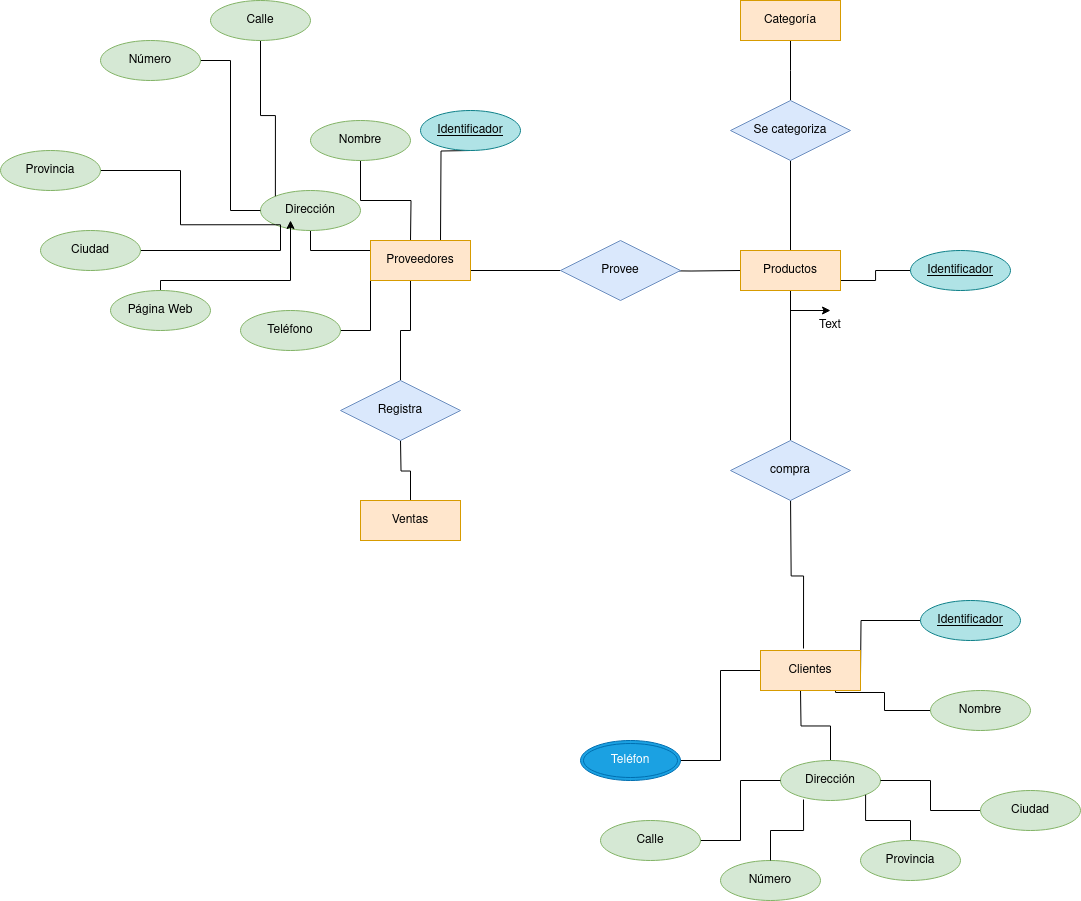
This is DiagramaTarea2_BAE.drawio.png from GRMiguelAngel/Base-Datos, a draw.io export, as it was before one commit. Source tidied: cells renumbered, new cells last; positions are measured from the earlier drawing's top-left corner, leaving out a move shared by most shapes.
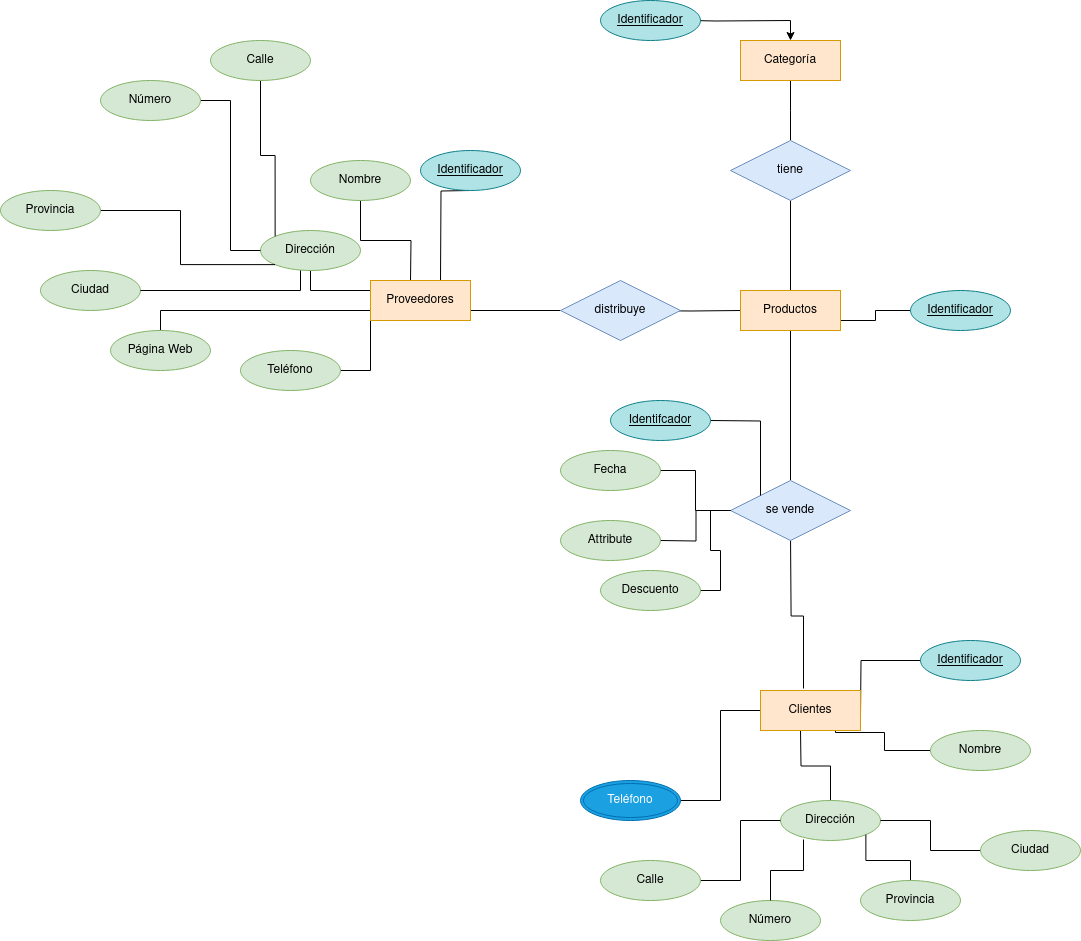
The same file after the commit.

What changed in the source:
```diff
@@ -27,9 +27,6 @@
         <mxPoint x="440" y="240" as="targetPoint" />
       </mxGeometry>
     </mxCell>
-    <mxCell id="7" value="Text" style="text;html=1;strokeColor=none;fillColor=none;align=center;verticalAlign=middle;whiteSpace=wrap;rounded=0;" parent="1" vertex="1">
-      <mxGeometry x="800" y="310" width="60" height="30" as="geometry" />
-    </mxCell>
     <mxCell id="8" value="Identificador" style="ellipse;whiteSpace=wrap;html=1;align=center;fontStyle=4;fillColor=#b0e3e6;strokeColor=#0e8088;" parent="1" vertex="1">
       <mxGeometry x="420" y="110" width="100" height="40" as="geometry" />
     </mxCell>
@@ -59,14 +56,6 @@
     <mxCell id="14" value="Nombre" style="ellipse;whiteSpace=wrap;html=1;align=center;fillColor=#d5e8d4;strokeColor=#82b366;" parent="1" vertex="1">
       <mxGeometry x="930" y="690" width="100" height="40" as="geometry" />
     </mxCell>
-    <mxCell id="15" style="edgeStyle=orthogonalEdgeStyle;rounded=0;jettySize=auto;html=1;entryX=0.4;entryY=1;entryDx=0;entryDy=0;endArrow=none;endFill=0;exitX=0.5;exitY=0;exitDx=0;exitDy=0;entryPerimeter=0;" parent="1" edge="1" source="31" target="54">
-      <mxGeometry relative="1" as="geometry" />
-    </mxCell>
-    <mxCell id="16" style="edgeStyle=orthogonalEdgeStyle;rounded=0;jettySize=auto;html=1;entryX=0.5;entryY=1;entryDx=0;entryDy=0;endArrow=none;endFill=0;" parent="1" edge="1" source="55">
-      <mxGeometry relative="1" as="geometry">
-        <mxPoint x="400" y="440" as="targetPoint" />
-      </mxGeometry>
-    </mxCell>
     <mxCell id="17" style="edgeStyle=orthogonalEdgeStyle;rounded=0;jettySize=auto;html=1;entryX=0.5;entryY=1;entryDx=0;entryDy=0;endArrow=none;endFill=0;" parent="1" edge="1" source="18">
       <mxGeometry relative="1" as="geometry">
         <mxPoint x="800" y="690" as="targetPoint" />
@@ -117,13 +106,10 @@
     <mxCell id="30" value="Dirección" style="ellipse;whiteSpace=wrap;html=1;align=center;fillColor=#d5e8d4;strokeColor=#82b366;" parent="1" vertex="1">
       <mxGeometry x="260" y="190" width="100" height="40" as="geometry" />
     </mxCell>
-    <mxCell id="31" value="Registra" style="shape=rhombus;perimeter=rhombusPerimeter;whiteSpace=wrap;html=1;align=center;fillColor=#dae8fc;strokeColor=#6c8ebf;" parent="1" vertex="1">
-      <mxGeometry x="340" y="380" width="120" height="60" as="geometry" />
-    </mxCell>
-    <mxCell id="32" value="Provee" style="shape=rhombus;perimeter=rhombusPerimeter;whiteSpace=wrap;html=1;align=center;fillColor=#dae8fc;strokeColor=#6c8ebf;" parent="1" vertex="1">
+    <mxCell id="32" value="distribuye" style="shape=rhombus;perimeter=rhombusPerimeter;whiteSpace=wrap;html=1;align=center;fillColor=#dae8fc;strokeColor=#6c8ebf;" parent="1" vertex="1">
       <mxGeometry x="560" y="240" width="120" height="60" as="geometry" />
     </mxCell>
-    <mxCell id="33" value="compra" style="shape=rhombus;perimeter=rhombusPerimeter;whiteSpace=wrap;html=1;align=center;fillColor=#dae8fc;strokeColor=#6c8ebf;" parent="1" vertex="1">
+    <mxCell id="33" value="se vende" style="shape=rhombus;perimeter=rhombusPerimeter;whiteSpace=wrap;html=1;align=center;fillColor=#dae8fc;strokeColor=#6c8ebf;" parent="1" vertex="1">
       <mxGeometry x="730" y="440" width="120" height="60" as="geometry" />
     </mxCell>
     <mxCell id="34" style="edgeStyle=orthogonalEdgeStyle;rounded=0;jettySize=auto;html=1;endArrow=none;endFill=0;entryX=0;entryY=1;entryDx=0;entryDy=0;" parent="1" edge="1" source="35" target="54">
@@ -135,7 +121,7 @@
     <mxCell id="36" style="edgeStyle=orthogonalEdgeStyle;rounded=0;jettySize=auto;html=1;entryX=0;entryY=0.5;entryDx=0;entryDy=0;endArrow=none;endFill=0;" parent="1" edge="1" source="37" target="56">
       <mxGeometry relative="1" as="geometry" />
     </mxCell>
-    <mxCell id="37" value="Teléfon" style="ellipse;shape=doubleEllipse;margin=3;whiteSpace=wrap;html=1;align=center;fillColor=#1ba1e2;fontColor=#ffffff;strokeColor=#006EAF;" parent="1" vertex="1">
+    <mxCell id="37" value="Teléfono" style="ellipse;shape=doubleEllipse;margin=3;whiteSpace=wrap;html=1;align=center;fillColor=#1ba1e2;fontColor=#ffffff;strokeColor=#006EAF;" parent="1" vertex="1">
       <mxGeometry x="580" y="740" width="100" height="40" as="geometry" />
     </mxCell>
     <mxCell id="38" style="edgeStyle=orthogonalEdgeStyle;rounded=0;jettySize=auto;html=1;entryX=0;entryY=0;entryDx=0;entryDy=0;endArrow=none;endFill=0;" parent="1" edge="1" source="39" target="30">
@@ -156,26 +142,16 @@
     <mxCell id="43" value="Provincia" style="ellipse;whiteSpace=wrap;html=1;align=center;fillColor=#d5e8d4;strokeColor=#82b366;" parent="1" vertex="1">
       <mxGeometry y="150" width="100" height="40" as="geometry" />
     </mxCell>
-    <mxCell id="44" style="edgeStyle=orthogonalEdgeStyle;rounded=0;jettySize=auto;html=1;entryX=0;entryY=1;entryDx=0;entryDy=0;endArrow=none;endFill=0;" parent="1" edge="1" source="45" target="30">
-      <mxGeometry relative="1" as="geometry">
-        <Array as="points">
-          <mxPoint x="280" y="250" />
-          <mxPoint x="280" y="224" />
-        </Array>
-      </mxGeometry>
-    </mxCell>
     <mxCell id="45" value="Ciudad" style="ellipse;whiteSpace=wrap;html=1;align=center;fillColor=#d5e8d4;strokeColor=#82b366;" parent="1" vertex="1">
       <mxGeometry x="40" y="230" width="100" height="40" as="geometry" />
     </mxCell>
-    <mxCell id="46" style="edgeStyle=orthogonalEdgeStyle;rounded=0;jettySize=auto;html=1;" parent="1" edge="1" source="47">
-      <mxGeometry relative="1" as="geometry">
-        <mxPoint x="290" y="220" as="targetPoint" />
-        <Array as="points">
-          <mxPoint x="160" y="280" />
-          <mxPoint x="290" y="280" />
-        </Array>
-      </mxGeometry>
-    </mxCell>
+    <mxCell id="57" style="edgeStyle=orthogonalEdgeStyle;rounded=0;jettySize=auto;html=1;entryX=0;entryY=0.75;entryDx=0;entryDy=0;endArrow=none;endFill=0;" parent="1" edge="1" source="47" target="54">
+      <mxGeometry relative="1" as="geometry">
+        <Array as="points">
+          <mxPoint x="160" y="270" />
+        </Array>
+      </mxGeometry>
+    </mxCell>
     <mxCell id="47" value="Página Web" style="ellipse;whiteSpace=wrap;html=1;align=center;fillColor=#d5e8d4;strokeColor=#82b366;" parent="1" vertex="1">
       <mxGeometry x="110" y="290" width="100" height="40" as="geometry" />
     </mxCell>
@@ -190,23 +166,56 @@
     <mxCell id="50" style="edgeStyle=orthogonalEdgeStyle;rounded=0;jettySize=auto;html=1;endArrow=none;endFill=0;" parent="1" edge="1" source="51" target="53">
       <mxGeometry relative="1" as="geometry" />
     </mxCell>
-    <mxCell id="51" value="Se categoriza" style="shape=rhombus;perimeter=rhombusPerimeter;whiteSpace=wrap;html=1;align=center;fillColor=#dae8fc;strokeColor=#6c8ebf;" parent="1" vertex="1">
+    <mxCell id="51" value="tiene" style="shape=rhombus;perimeter=rhombusPerimeter;whiteSpace=wrap;html=1;align=center;fillColor=#dae8fc;strokeColor=#6c8ebf;" parent="1" vertex="1">
       <mxGeometry x="730" y="100" width="120" height="60" as="geometry" />
     </mxCell>
-    <mxCell id="52" style="edgeStyle=orthogonalEdgeStyle;rounded=0;jettySize=auto;html=1;" parent="1" edge="1" source="53" target="7">
-      <mxGeometry relative="1" as="geometry" />
-    </mxCell>
     <mxCell id="53" value="Productos" style="whiteSpace=wrap;html=1;align=center;fillColor=#ffe6cc;strokeColor=#d79b00;" parent="1" vertex="1">
       <mxGeometry x="740" y="250" width="100" height="40" as="geometry" />
     </mxCell>
     <mxCell id="54" value="Proveedores" style="whiteSpace=wrap;html=1;align=center;fillColor=#ffe6cc;strokeColor=#d79b00;" parent="1" vertex="1">
       <mxGeometry x="370" y="240" width="100" height="40" as="geometry" />
     </mxCell>
-    <mxCell id="55" value="Ventas" style="whiteSpace=wrap;html=1;align=center;fillColor=#ffe6cc;strokeColor=#d79b00;" parent="1" vertex="1">
-      <mxGeometry x="360" y="500" width="100" height="40" as="geometry" />
-    </mxCell>
     <mxCell id="56" value="Clientes" style="whiteSpace=wrap;html=1;align=center;fillColor=#ffe6cc;strokeColor=#d79b00;" parent="1" vertex="1">
       <mxGeometry x="760" y="650" width="100" height="40" as="geometry" />
     </mxCell>
+    <mxCell id="44" style="edgeStyle=orthogonalEdgeStyle;rounded=0;jettySize=auto;html=1;entryX=0.4;entryY=1;entryDx=0;entryDy=0;entryPerimeter=0;endArrow=none;endFill=0;" parent="1" edge="1" source="45" target="30">
+      <mxGeometry relative="1" as="geometry" />
+    </mxCell>
+    <mxCell id="58" style="edgeStyle=orthogonalEdgeStyle;rounded=0;jettySize=auto;html=1;entryX=0;entryY=0;entryDx=0;entryDy=0;endArrow=none;endFill=0;" parent="1" edge="1" target="33">
+      <mxGeometry relative="1" as="geometry">
+        <mxPoint x="710" y="380" as="sourcePoint" />
+      </mxGeometry>
+    </mxCell>
+    <mxCell id="59" style="edgeStyle=orthogonalEdgeStyle;rounded=0;jettySize=auto;html=1;entryX=0;entryY=0.5;entryDx=0;entryDy=0;endArrow=none;endFill=0;" parent="1" edge="1" source="60" target="33">
+      <mxGeometry relative="1" as="geometry" />
+    </mxCell>
+    <mxCell id="60" value="Fecha" style="ellipse;whiteSpace=wrap;html=1;align=center;fillColor=#d5e8d4;strokeColor=#82b366;" parent="1" vertex="1">
+      <mxGeometry x="560" y="410" width="100" height="40" as="geometry" />
+    </mxCell>
+    <mxCell id="61" style="edgeStyle=orthogonalEdgeStyle;rounded=0;jettySize=auto;html=1;entryX=0;entryY=0.5;entryDx=0;entryDy=0;endArrow=none;endFill=0;" parent="1" edge="1" target="33">
+      <mxGeometry relative="1" as="geometry">
+        <mxPoint x="660" y="500" as="sourcePoint" />
+      </mxGeometry>
+    </mxCell>
+    <mxCell id="62" style="edgeStyle=orthogonalEdgeStyle;rounded=0;jettySize=auto;html=1;" parent="1" edge="1" target="49">
+      <mxGeometry relative="1" as="geometry">
+        <mxPoint x="690" y="-20" as="sourcePoint" />
+      </mxGeometry>
+    </mxCell>
+    <mxCell id="63" value="Identificador" style="ellipse;whiteSpace=wrap;html=1;align=center;fontStyle=4;fillColor=#b0e3e6;strokeColor=#0e8088;" parent="1" vertex="1">
+      <mxGeometry x="600" y="-40" width="100" height="40" as="geometry" />
+    </mxCell>
+    <mxCell id="64" value="Identifcador" style="ellipse;whiteSpace=wrap;html=1;align=center;fontStyle=4;fillColor=#b0e3e6;strokeColor=#0e8088;" parent="1" vertex="1">
+      <mxGeometry x="610" y="360" width="100" height="40" as="geometry" />
+    </mxCell>
+    <mxCell id="65" value="Attribute" style="ellipse;whiteSpace=wrap;html=1;align=center;fillColor=#d5e8d4;strokeColor=#82b366;" parent="1" vertex="1">
+      <mxGeometry x="560" y="480" width="100" height="40" as="geometry" />
+    </mxCell>
+    <mxCell id="66" style="edgeStyle=orthogonalEdgeStyle;rounded=0;jettySize=auto;html=1;entryX=0;entryY=0.5;entryDx=0;entryDy=0;endArrow=none;endFill=0;" parent="1" edge="1" source="67" target="33">
+      <mxGeometry relative="1" as="geometry" />
+    </mxCell>
+    <mxCell id="67" value="Descuento" style="ellipse;whiteSpace=wrap;html=1;align=center;fillColor=#d5e8d4;strokeColor=#82b366;" parent="1" vertex="1">
+      <mxGeometry x="600" y="530" width="100" height="40" as="geometry" />
+    </mxCell>
   </root>
 </mxGraphModel>
```
